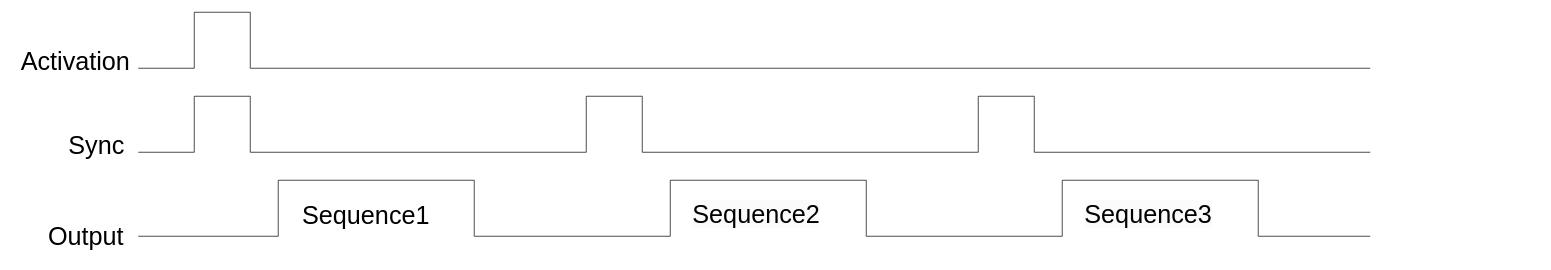
This is Diagrams/Wave1.drawio from sabarioded/Patterns_Project, a draw.io file, before an edit. Source tidied: cells renumbered, new cells numbered last; positions are measured from the earlier drawing's top-left corner, leaving out a move shared by most shapes. Both pictures are drawn from the tidied source at 70%, with x=0, y=0 at pixel (12, 12).
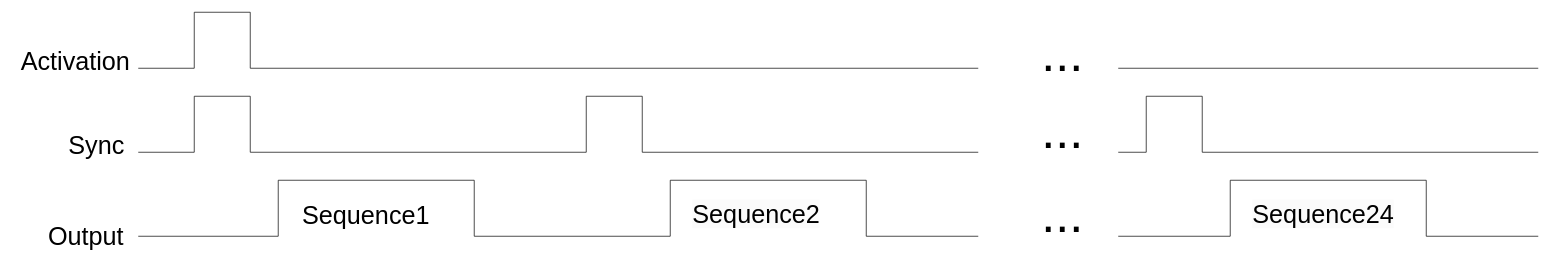
Above is the later version.

Change to the diagram source:
```diff
@@
     <mxCell id="19" style="endArrow=none;html=1;rounded=0;" parent="1" edge="1">
       <mxGeometry relative="1" as="geometry">
         <mxPoint x="1220" y="320" as="sourcePoint" />
-        <mxPoint x="1500" y="320" as="targetPoint" />
+        <mxPoint x="1380" y="320" as="targetPoint" />
       </mxGeometry>
     </mxCell>
@@
-    <mxCell id="26" style="endArrow=none;html=1;rounded=0;" parent="1" edge="1">
-      <mxGeometry relative="1" as="geometry">
-        <mxPoint x="340" y="80" as="sourcePoint" />
-        <mxPoint x="1940" y="80" as="targetPoint" />
-      </mxGeometry>
-    </mxCell>
@@
     <mxCell id="30" style="endArrow=none;html=1;rounded=0;" parent="1" edge="1">
       <mxGeometry relative="1" as="geometry">
-        <mxPoint x="1380" y="200" as="sourcePoint" />
-        <mxPoint x="1380" y="120" as="targetPoint" />
+        <mxPoint x="1620" y="200" as="sourcePoint" />
+        <mxPoint x="1620" y="120" as="targetPoint" />
       </mxGeometry>
     </mxCell>
     <mxCell id="31" style="endArrow=none;html=1;rounded=0;" parent="1" edge="1">
       <mxGeometry relative="1" as="geometry">
-        <mxPoint x="1380" y="120" as="sourcePoint" />
-        <mxPoint x="1460" y="120" as="targetPoint" />
+        <mxPoint x="1620" y="120" as="sourcePoint" />
+        <mxPoint x="1700" y="120" as="targetPoint" />
       </mxGeometry>
     </mxCell>
     <mxCell id="32" style="endArrow=none;html=1;rounded=0;" parent="1" edge="1">
       <mxGeometry relative="1" as="geometry">
-        <mxPoint x="1460" y="200" as="sourcePoint" />
-        <mxPoint x="1460" y="120" as="targetPoint" />
+        <mxPoint x="1700" y="200" as="sourcePoint" />
+        <mxPoint x="1700" y="120" as="targetPoint" />
       </mxGeometry>
     </mxCell>
     <mxCell id="33" style="endArrow=none;html=1;rounded=0;" parent="1" edge="1">
       <mxGeometry relative="1" as="geometry">
-        <mxPoint x="1500" y="320" as="sourcePoint" />
-        <mxPoint x="1500" y="240" as="targetPoint" />
+        <mxPoint x="1740" y="320" as="sourcePoint" />
+        <mxPoint x="1740" y="240" as="targetPoint" />
       </mxGeometry>
     </mxCell>
     <mxCell id="34" style="endArrow=none;html=1;rounded=0;" parent="1" edge="1">
       <mxGeometry relative="1" as="geometry">
-        <mxPoint x="1500" y="240" as="sourcePoint" />
-        <mxPoint x="1780" y="240" as="targetPoint" />
+        <mxPoint x="1740" y="240" as="sourcePoint" />
+        <mxPoint x="2020" y="240" as="targetPoint" />
       </mxGeometry>
     </mxCell>
     <mxCell id="35" style="endArrow=none;html=1;rounded=0;" parent="1" edge="1">
       <mxGeometry relative="1" as="geometry">
-        <mxPoint x="1780" y="240" as="sourcePoint" />
-        <mxPoint x="1780" y="320" as="targetPoint" />
+        <mxPoint x="2020" y="240" as="sourcePoint" />
+        <mxPoint x="2020" y="320" as="targetPoint" />
       </mxGeometry>
     </mxCell>
     <mxCell id="36" style="endArrow=none;html=1;rounded=0;" parent="1" edge="1">
       <mxGeometry relative="1" as="geometry">
-        <mxPoint x="1460" y="200" as="sourcePoint" />
-        <mxPoint x="1940" y="200" as="targetPoint" />
+        <mxPoint x="1700" y="200" as="sourcePoint" />
+        <mxPoint x="2180" y="200" as="targetPoint" />
       </mxGeometry>
     </mxCell>
     <mxCell id="37" style="endArrow=none;html=1;rounded=0;" parent="1" edge="1">
       <mxGeometry relative="1" as="geometry">
-        <mxPoint x="1780" y="320" as="sourcePoint" />
-        <mxPoint x="1940" y="320" as="targetPoint" />
+        <mxPoint x="2020" y="320" as="sourcePoint" />
+        <mxPoint x="2180" y="320" as="targetPoint" />
       </mxGeometry>
     </mxCell>
-    <mxCell id="38" value="&lt;span style=&quot;color: rgb(0, 0, 0); font-family: Helvetica; font-size: 36px; font-style: normal; font-variant-ligatures: normal; font-variant-caps: normal; font-weight: 400; letter-spacing: normal; orphans: 2; text-align: center; text-indent: 0px; text-transform: none; widows: 2; word-spacing: 0px; -webkit-text-stroke-width: 0px; white-space: nowrap; background-color: rgb(251, 251, 251); text-decoration-thickness: initial; text-decoration-style: initial; text-decoration-color: initial; display: inline !important; float: none;&quot;&gt;Sequence3&lt;/span&gt;" style="text;whiteSpace=wrap;html=1;" parent="1" vertex="1">
-      <mxGeometry x="1530" y="260" width="220" height="70" as="geometry" />
+    <mxCell id="38" value="&lt;span style=&quot;color: rgb(0, 0, 0); font-family: Helvetica; font-size: 36px; font-style: normal; font-variant-ligatures: normal; font-variant-caps: normal; font-weight: 400; letter-spacing: normal; orphans: 2; text-align: center; text-indent: 0px; text-transform: none; widows: 2; word-spacing: 0px; -webkit-text-stroke-width: 0px; white-space: nowrap; background-color: rgb(251, 251, 251); text-decoration-thickness: initial; text-decoration-style: initial; text-decoration-color: initial; display: inline !important; float: none;&quot;&gt;Sequence24&lt;/span&gt;" style="text;whiteSpace=wrap;html=1;" parent="1" vertex="1">
+      <mxGeometry x="1770" y="260" width="220" height="70" as="geometry" />
     </mxCell>
+    <mxCell id="39" value="&lt;font style=&quot;font-size: 72px;&quot;&gt;...&lt;/font&gt;" style="text;html=1;align=center;verticalAlign=middle;strokeColor=none;fillColor=none;" parent="1" vertex="1">
+      <mxGeometry x="1460" y="240" width="80" height="100" as="geometry" />
+    </mxCell>
+    <mxCell id="40" value="&lt;font style=&quot;font-size: 72px;&quot;&gt;...&lt;/font&gt;" style="text;html=1;align=center;verticalAlign=middle;strokeColor=none;fillColor=none;" parent="1" vertex="1">
+      <mxGeometry x="1460" y="120" width="80" height="100" as="geometry" />
+    </mxCell>
+    <mxCell id="41" style="endArrow=none;html=1;rounded=0;" parent="1" edge="1">
+      <mxGeometry relative="1" as="geometry">
+        <mxPoint x="1580" y="200" as="sourcePoint" />
+        <mxPoint x="1620" y="200" as="targetPoint" />
+      </mxGeometry>
+    </mxCell>
+    <mxCell id="42" style="endArrow=none;html=1;rounded=0;" parent="1" edge="1">
+      <mxGeometry relative="1" as="geometry">
+        <mxPoint x="1580" y="320" as="sourcePoint" />
+        <mxPoint x="1740" y="320" as="targetPoint" />
+      </mxGeometry>
+    </mxCell>
+    <mxCell id="43" style="endArrow=none;html=1;rounded=0;" parent="1" edge="1">
+      <mxGeometry relative="1" as="geometry">
+        <mxPoint x="340" y="80" as="sourcePoint" />
+        <mxPoint x="1380" y="80" as="targetPoint" />
+      </mxGeometry>
+    </mxCell>
+    <mxCell id="44" style="endArrow=none;html=1;rounded=0;" parent="1" edge="1">
+      <mxGeometry relative="1" as="geometry">
+        <mxPoint x="1580" y="80" as="sourcePoint" />
+        <mxPoint x="2180" y="80" as="targetPoint" />
+      </mxGeometry>
+    </mxCell>
+    <mxCell id="45" value="&lt;font style=&quot;font-size: 72px;&quot;&gt;...&lt;/font&gt;" style="text;html=1;align=center;verticalAlign=middle;strokeColor=none;fillColor=none;" parent="1" vertex="1">
+      <mxGeometry x="1460" y="10" width="80" height="100" as="geometry" />
+    </mxCell>
```
